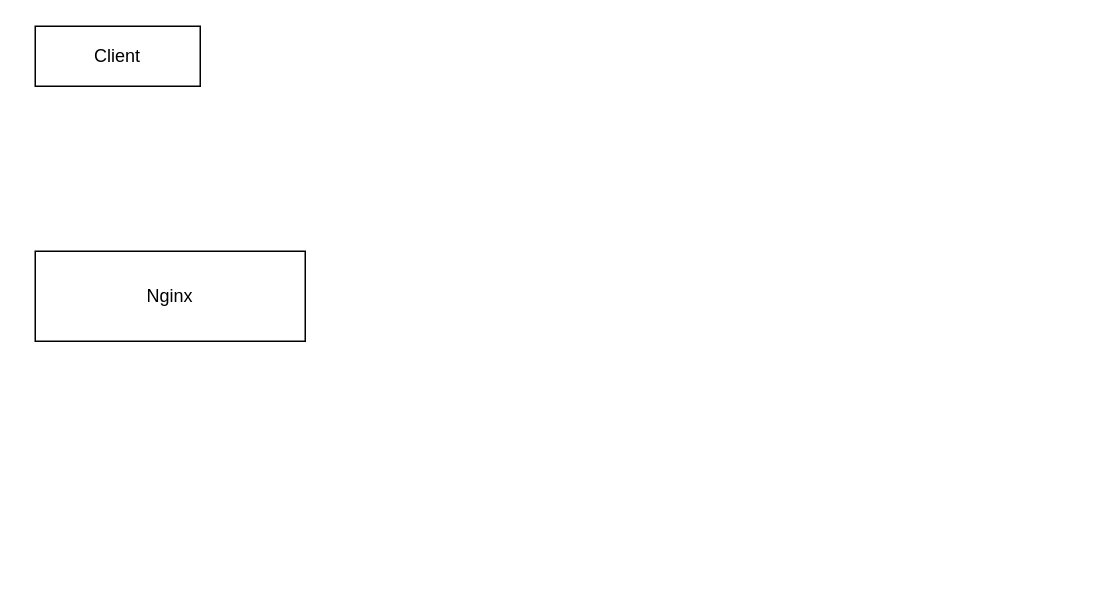
Above: page "第 2 页" (2 of 2) of tuchuang.drawio in GreenTee-color/Documents (draw.io), before the change. Source tidied: cells renumbered, new cells numbered last; positions are measured from the earlier drawing's top-left corner, leaving out a move shared by most shapes. Both pictures are drawn from the tidied source at 150%, with x=0, y=0 at pixel (34, 26).
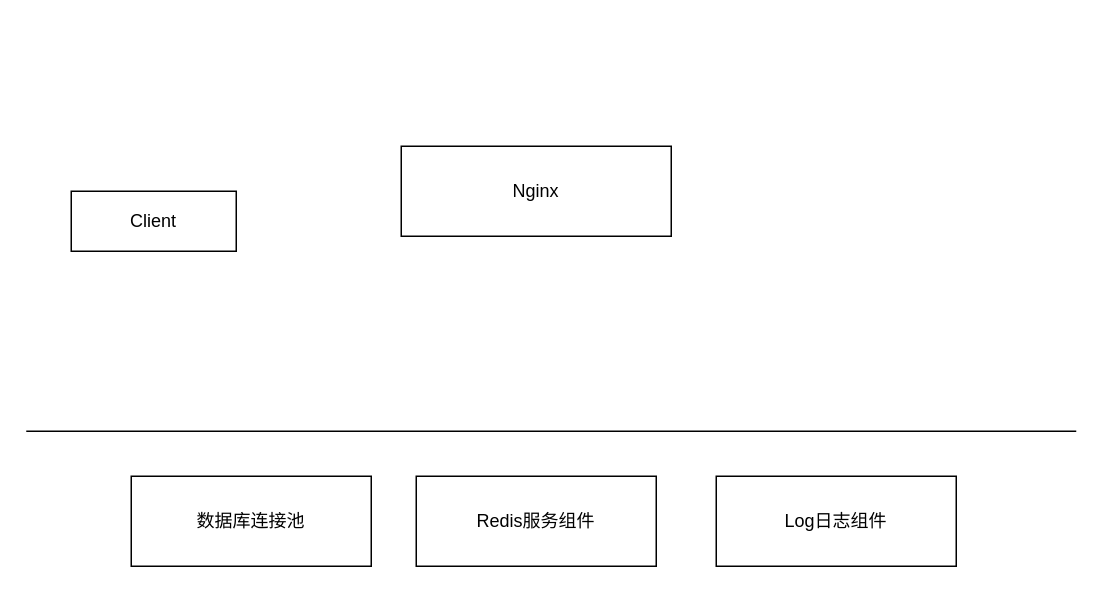
Above is the later version.

Diff of the diagram source:
```diff
@@
 <mxGraphModel>
   <root>
     <mxCell id="0" />
     <mxCell id="1" parent="0" />
     <mxCell id="2" value="Client" style="html=1;align=center;verticalAlign=middle;dashed=0;whiteSpace=wrap;" parent="1" vertex="1">
-      <mxGeometry width="110" height="40" as="geometry" />
+      <mxGeometry x="24" y="110" width="110" height="40" as="geometry" />
     </mxCell>
     <mxCell id="3" value="Nginx" style="html=1;align=center;verticalAlign=middle;dashed=0;whiteSpace=wrap;" parent="1" vertex="1">
-      <mxGeometry y="150" width="180" height="60" as="geometry" />
+      <mxGeometry x="244" y="80" width="180" height="60" as="geometry" />
     </mxCell>
+    <mxCell id="4" value="数据库连接池" style="html=1;align=center;verticalAlign=middle;dashed=0;whiteSpace=wrap;" parent="1" vertex="1">
+      <mxGeometry x="64" y="300" width="160" height="60" as="geometry" />
+    </mxCell>
+    <mxCell id="5" value="Redis服务组件" style="html=1;align=center;verticalAlign=middle;dashed=0;whiteSpace=wrap;" parent="1" vertex="1">
+      <mxGeometry x="254" y="300" width="160" height="60" as="geometry" />
+    </mxCell>
+    <mxCell id="6" value="Log日志组件" style="html=1;align=center;verticalAlign=middle;dashed=0;whiteSpace=wrap;" parent="1" vertex="1">
+      <mxGeometry x="454" y="300" width="160" height="60" as="geometry" />
+    </mxCell>
+    <mxCell id="7" style="endArrow=none;html=1;rounded=0;" parent="1" edge="1">
+      <mxGeometry relative="1" as="geometry">
+        <mxPoint x="-6" y="270" as="sourcePoint" />
+        <mxPoint x="694" y="270" as="targetPoint" />
+      </mxGeometry>
+    </mxCell>
   </root>
 </mxGraphModel>
```
